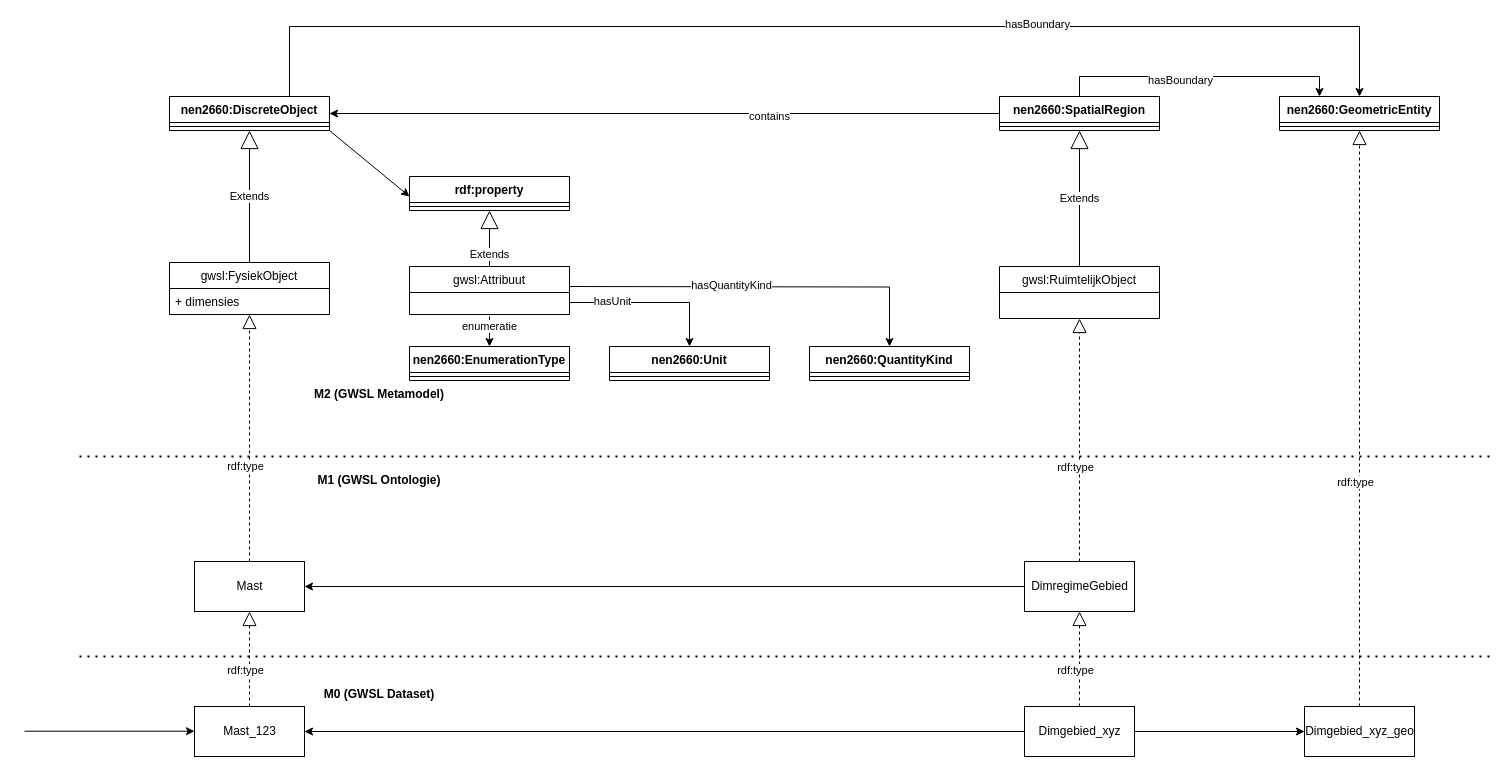
Above: data/Werkgroep Modellering en Techniek/Model_GWSL_Laag1.drawio in Stichting-CROW/gwsl (draw.io), before the change. Source tidied: cells renumbered, new cells numbered last; positions are measured from the earlier drawing's top-left corner, leaving out a move shared by most shapes. Both pictures are drawn from the tidied source at 100%, with x=0, y=0 at pixel (24, 26).
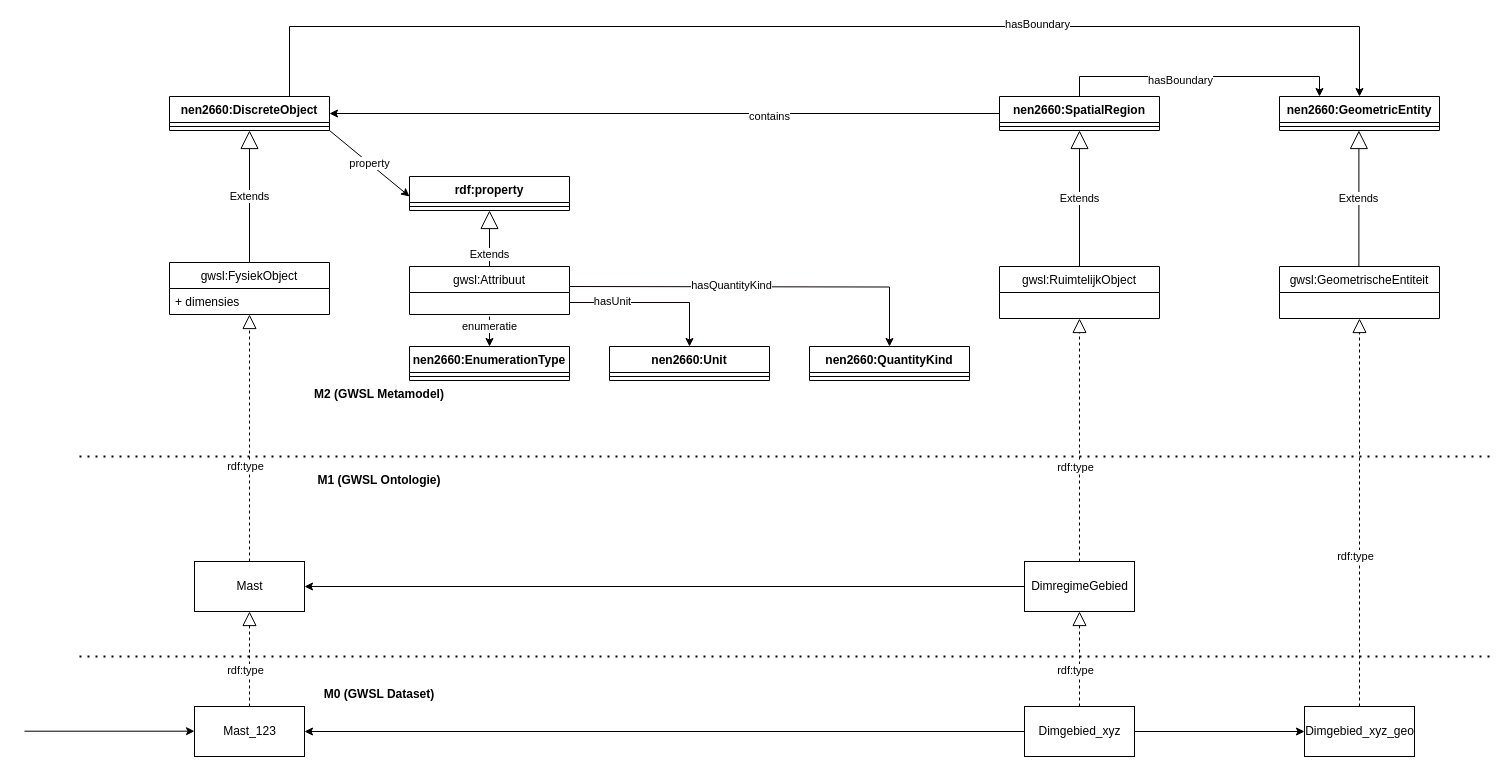
Above is the later version.

Unchanged cells that the change refers to:
```xml
<mxCell id="6" value="nen2660:DiscreteObject" style="swimlane;fontStyle=1;align=center;verticalAlign=top;horizontal=1;startSize=26;" parent="1" vertex="1">
  <mxGeometry x="145" y="70" width="160" height="34" as="geometry" />
</mxCell>
<mxCell id="37" value="nen2660:GeometricEntity" style="swimlane;fontStyle=1;align=center;verticalAlign=top;horizontal=1;startSize=26;" parent="1" vertex="1">
  <mxGeometry x="1255" y="70" width="160" height="34" as="geometry" />
</mxCell>
<mxCell id="39" value="Dimgebied_xyz_geo" style="html=1;" parent="1" vertex="1">
  <mxGeometry x="1280" y="680" width="110" height="50" as="geometry" />
</mxCell>
```

The edit, as a diff of the source:
```diff
@@
-    <mxCell id="40" style="endArrow=block;dashed=1;endFill=0;endSize=12;html=1;entryX=0.5;entryY=1;entryDx=0;entryDy=0;exitX=0.5;exitY=0;exitDx=0;exitDy=0;" parent="1" edge="1" source="39" target="37">
+    <mxCell id="40" style="endArrow=block;dashed=1;endFill=0;endSize=12;html=1;entryX=0.5;entryY=1;entryDx=0;entryDy=0;exitX=0.5;exitY=0;exitDx=0;exitDy=0;" parent="1" edge="1" source="39" target="59">
       <mxGeometry relative="1" as="geometry" />
     </mxCell>
@@
-    <mxCell id="58" style="endArrow=classic;html=1;exitX=1;exitY=1;exitDx=0;exitDy=0;" parent="1" edge="1" source="6">
+    <mxCell id="58" value="property" style="endArrow=classic;html=1;exitX=1;exitY=1;exitDx=0;exitDy=0;" parent="1" edge="1" source="6">
       <mxGeometry relative="1" as="geometry">
         <mxPoint x="385" y="170" as="targetPoint" />
       </mxGeometry>
     </mxCell>
+    <mxCell id="59" value="gwsl:GeometrischeEntiteit" style="swimlane;fontStyle=0;horizontal=1;startSize=26;fillColor=none;" parent="1" vertex="1">
+      <mxGeometry x="1255" y="240" width="160" height="52" as="geometry" />
+    </mxCell>
+    <mxCell id="60" value="Extends" style="endArrow=block;endSize=16;endFill=0;html=1;entryX=0.5;entryY=1;entryDx=0;entryDy=0;exitX=0.5;exitY=0;exitDx=0;exitDy=0;" parent="1" edge="1">
+      <mxGeometry relative="1" as="geometry">
+        <mxPoint x="1334.4" y="240" as="sourcePoint" />
+        <mxPoint x="1334.4" y="104" as="targetPoint" />
+      </mxGeometry>
+    </mxCell>
```
